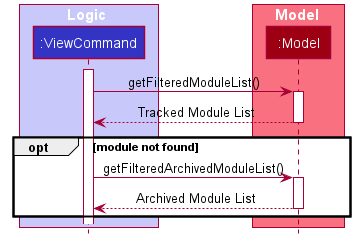
This is docs/images/ModuleViewSequenceDiagram_FindModule.png from geshuming/main, a PlantUML export, as it was before one commit.
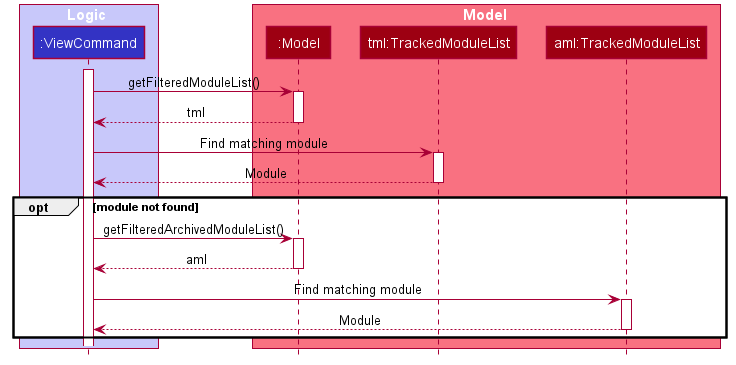
The same diagram one commit later.

Diff of the diagram source:
```diff
@@ -54,6 +54,8 @@
 
 box Model #F97181
 participant ":Model" as Model #9D0012
+participant "tml:TrackedModuleList" as TrackedModuleList #9D0012
+participant "aml:TrackedModuleList" as ArchivedModuleList #9D0012
 end box
 
 activate ViewCommand
@@ -61,16 +63,27 @@
 ViewCommand -> Model : getFilteredModuleList()
 activate Model
 
-Model --> ViewCommand : Tracked Module List
+Model --> ViewCommand : tml
 deactivate Model
+
+ViewCommand -> TrackedModuleList : Find matching module
+activate TrackedModuleList
+
+TrackedModuleList --> ViewCommand : Module
+deactivate TrackedModuleList
 
 opt module not found
 
     ViewCommand -> Model : getFilteredArchivedModuleList()
     activate Model
-    Model --> ViewCommand : Archived Module List
+    Model --> ViewCommand : aml
     deactivate Model
 
+    ViewCommand -> ArchivedModuleList : Find matching module
+    activate ArchivedModuleList
+
+    ArchivedModuleList --> ViewCommand : Module
+    deactivate ArchivedModuleList
 end
 
 @enduml
```
